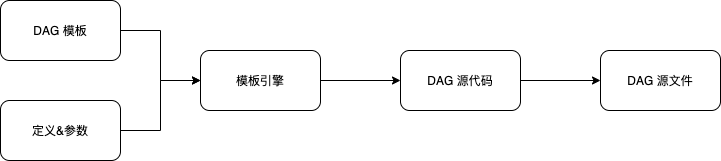
This is img/airflow/gen-dag.png from h2cone/h2cone.github.io, a draw.io export, as it was before one commit. Source tidied: cells renumbered, new cells last; positions are measured from the earlier drawing's top-left corner, leaving out a move shared by most shapes. The source it was exported from:
```xml
<mxGraphModel>
  <root>
    <mxCell id="0" />
    <mxCell id="1" parent="0" />
    <mxCell id="2" style="edgeStyle=orthogonalEdgeStyle;rounded=0;jettySize=auto;html=1;exitX=1;exitY=0.5;exitDx=0;exitDy=0;entryX=0;entryY=0.5;entryDx=0;entryDy=0;" parent="1" edge="1" source="3" target="7">
      <mxGeometry relative="1" as="geometry" />
    </mxCell>
    <mxCell id="3" value="DAG 模板" style="rounded=1;whiteSpace=wrap;html=1;" parent="1" vertex="1">
      <mxGeometry width="120" height="60" as="geometry" />
    </mxCell>
    <mxCell id="4" style="edgeStyle=orthogonalEdgeStyle;rounded=0;jettySize=auto;html=1;exitX=1;exitY=0.5;exitDx=0;exitDy=0;entryX=0;entryY=0.5;entryDx=0;entryDy=0;" parent="1" edge="1" source="5" target="7">
      <mxGeometry relative="1" as="geometry" />
    </mxCell>
    <mxCell id="5" value="定义&amp;amp;参数" style="rounded=1;whiteSpace=wrap;html=1;" parent="1" vertex="1">
      <mxGeometry y="100" width="120" height="60" as="geometry" />
    </mxCell>
    <mxCell id="6" style="edgeStyle=orthogonalEdgeStyle;rounded=0;jettySize=auto;html=1;exitX=1;exitY=0.5;exitDx=0;exitDy=0;entryX=0;entryY=0.5;entryDx=0;entryDy=0;" parent="1" edge="1" source="7" target="9">
      <mxGeometry relative="1" as="geometry" />
    </mxCell>
    <mxCell id="7" value="模板引擎" style="rounded=1;whiteSpace=wrap;html=1;" parent="1" vertex="1">
      <mxGeometry x="200" y="50" width="120" height="60" as="geometry" />
    </mxCell>
    <mxCell id="8" style="edgeStyle=orthogonalEdgeStyle;rounded=0;jettySize=auto;html=1;exitX=1;exitY=0.5;exitDx=0;exitDy=0;" parent="1" edge="1" source="9">
      <mxGeometry relative="1" as="geometry">
        <mxPoint x="600" y="80" as="targetPoint" />
      </mxGeometry>
    </mxCell>
    <mxCell id="9" value="DAG 源代码" style="rounded=1;whiteSpace=wrap;html=1;" parent="1" vertex="1">
      <mxGeometry x="400" y="50" width="120" height="60" as="geometry" />
    </mxCell>
    <mxCell id="10" value="DAG 源文件" style="rounded=1;whiteSpace=wrap;html=1;" parent="1" vertex="1">
      <mxGeometry x="600" y="50" width="120" height="60" as="geometry" />
    </mxCell>
  </root>
</mxGraphModel>
```
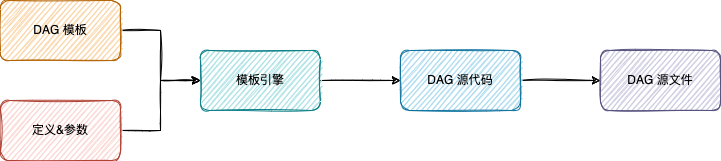
The same diagram one commit later.

Change to the diagram source:
```diff
@@ -2,33 +2,33 @@
   <root>
     <mxCell id="0" />
     <mxCell id="1" parent="0" />
-    <mxCell id="2" style="edgeStyle=orthogonalEdgeStyle;rounded=0;jettySize=auto;html=1;exitX=1;exitY=0.5;exitDx=0;exitDy=0;entryX=0;entryY=0.5;entryDx=0;entryDy=0;" parent="1" edge="1" source="3" target="7">
+    <mxCell id="2" style="edgeStyle=orthogonalEdgeStyle;rounded=0;jettySize=auto;html=1;exitX=1;exitY=0.5;exitDx=0;exitDy=0;entryX=0;entryY=0.5;entryDx=0;entryDy=0;sketch=1;" parent="1" edge="1" source="3" target="7">
       <mxGeometry relative="1" as="geometry" />
     </mxCell>
-    <mxCell id="3" value="DAG 模板" style="rounded=1;whiteSpace=wrap;html=1;" parent="1" vertex="1">
+    <mxCell id="3" value="DAG 模板" style="rounded=1;whiteSpace=wrap;html=1;sketch=1;fillColor=#fad7ac;strokeColor=#b46504;" parent="1" vertex="1">
       <mxGeometry width="120" height="60" as="geometry" />
     </mxCell>
-    <mxCell id="4" style="edgeStyle=orthogonalEdgeStyle;rounded=0;jettySize=auto;html=1;exitX=1;exitY=0.5;exitDx=0;exitDy=0;entryX=0;entryY=0.5;entryDx=0;entryDy=0;" parent="1" edge="1" source="5" target="7">
+    <mxCell id="4" style="edgeStyle=orthogonalEdgeStyle;rounded=0;jettySize=auto;html=1;exitX=1;exitY=0.5;exitDx=0;exitDy=0;entryX=0;entryY=0.5;entryDx=0;entryDy=0;sketch=1;" parent="1" edge="1" source="5" target="7">
       <mxGeometry relative="1" as="geometry" />
     </mxCell>
-    <mxCell id="5" value="定义&amp;amp;参数" style="rounded=1;whiteSpace=wrap;html=1;" parent="1" vertex="1">
+    <mxCell id="5" value="定义&amp;amp;参数" style="rounded=1;whiteSpace=wrap;html=1;sketch=1;fillColor=#fad9d5;strokeColor=#ae4132;" parent="1" vertex="1">
       <mxGeometry y="100" width="120" height="60" as="geometry" />
     </mxCell>
-    <mxCell id="6" style="edgeStyle=orthogonalEdgeStyle;rounded=0;jettySize=auto;html=1;exitX=1;exitY=0.5;exitDx=0;exitDy=0;entryX=0;entryY=0.5;entryDx=0;entryDy=0;" parent="1" edge="1" source="7" target="9">
+    <mxCell id="6" style="edgeStyle=orthogonalEdgeStyle;rounded=0;jettySize=auto;html=1;exitX=1;exitY=0.5;exitDx=0;exitDy=0;entryX=0;entryY=0.5;entryDx=0;entryDy=0;sketch=1;" parent="1" edge="1" source="7" target="9">
       <mxGeometry relative="1" as="geometry" />
     </mxCell>
-    <mxCell id="7" value="模板引擎" style="rounded=1;whiteSpace=wrap;html=1;" parent="1" vertex="1">
+    <mxCell id="7" value="模板引擎" style="rounded=1;whiteSpace=wrap;html=1;sketch=1;fillColor=#b0e3e6;strokeColor=#0e8088;" parent="1" vertex="1">
       <mxGeometry x="200" y="50" width="120" height="60" as="geometry" />
     </mxCell>
-    <mxCell id="8" style="edgeStyle=orthogonalEdgeStyle;rounded=0;jettySize=auto;html=1;exitX=1;exitY=0.5;exitDx=0;exitDy=0;" parent="1" edge="1" source="9">
+    <mxCell id="8" style="edgeStyle=orthogonalEdgeStyle;rounded=0;jettySize=auto;html=1;exitX=1;exitY=0.5;exitDx=0;exitDy=0;sketch=1;" parent="1" edge="1" source="9">
       <mxGeometry relative="1" as="geometry">
         <mxPoint x="600" y="80" as="targetPoint" />
       </mxGeometry>
     </mxCell>
-    <mxCell id="9" value="DAG 源代码" style="rounded=1;whiteSpace=wrap;html=1;" parent="1" vertex="1">
+    <mxCell id="9" value="DAG 源代码" style="rounded=1;whiteSpace=wrap;html=1;sketch=1;fillColor=#b1ddf0;strokeColor=#10739e;" parent="1" vertex="1">
       <mxGeometry x="400" y="50" width="120" height="60" as="geometry" />
     </mxCell>
-    <mxCell id="10" value="DAG 源文件" style="rounded=1;whiteSpace=wrap;html=1;" parent="1" vertex="1">
+    <mxCell id="10" value="DAG 源文件" style="rounded=1;whiteSpace=wrap;html=1;sketch=1;fillColor=#d0cee2;strokeColor=#56517e;" parent="1" vertex="1">
       <mxGeometry x="600" y="50" width="120" height="60" as="geometry" />
     </mxCell>
   </root>
```
